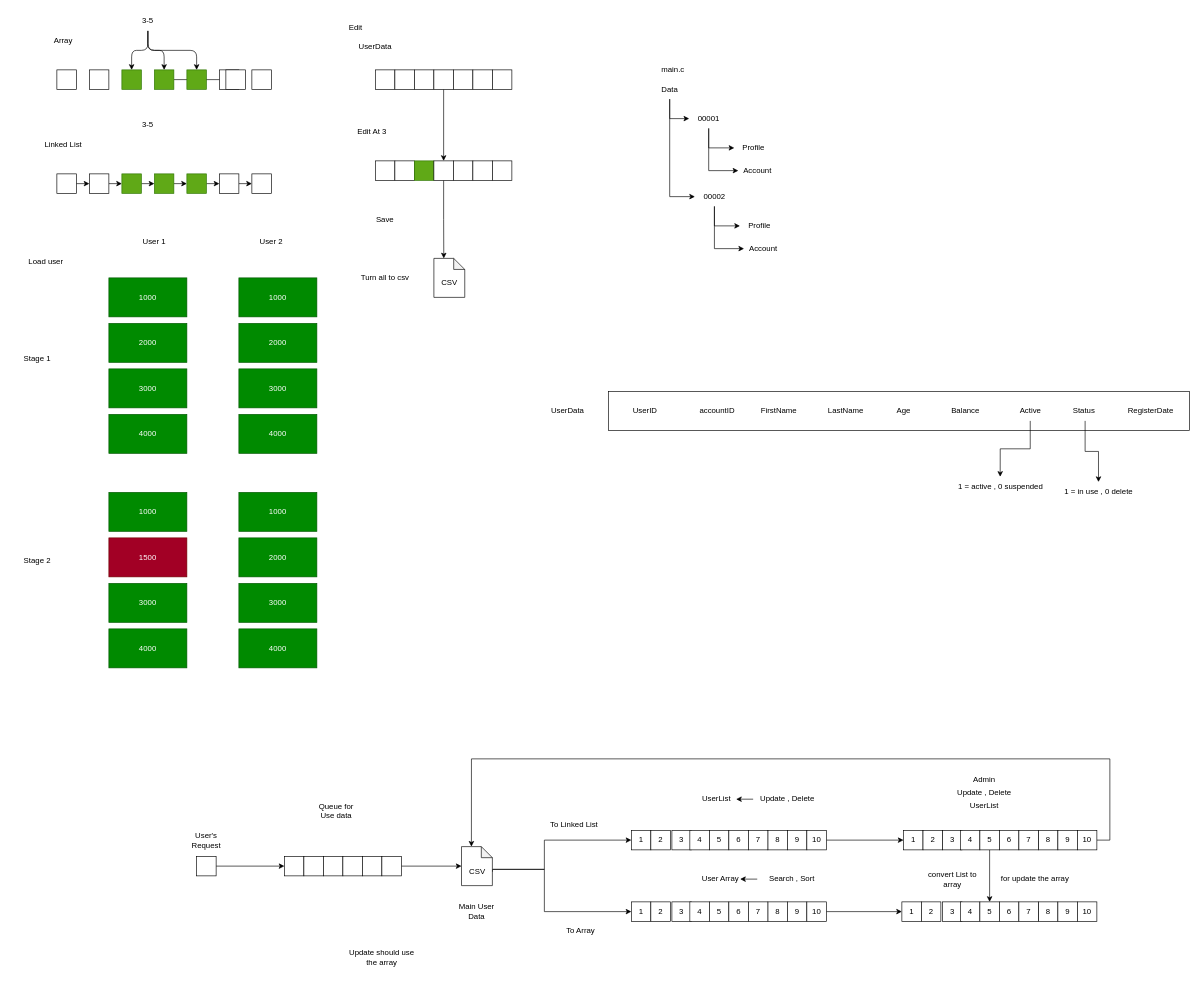
Earlier version of the draw.io diagram idea.drawio (CaptzDevs/terminalATM). Source tidied: cells renumbered, new cells numbered last; positions are measured from the earlier drawing's top-left corner, leaving out a move shared by most shapes. Both pictures are drawn from the tidied source at 65%, with x=0, y=0 at pixel (11, 11).
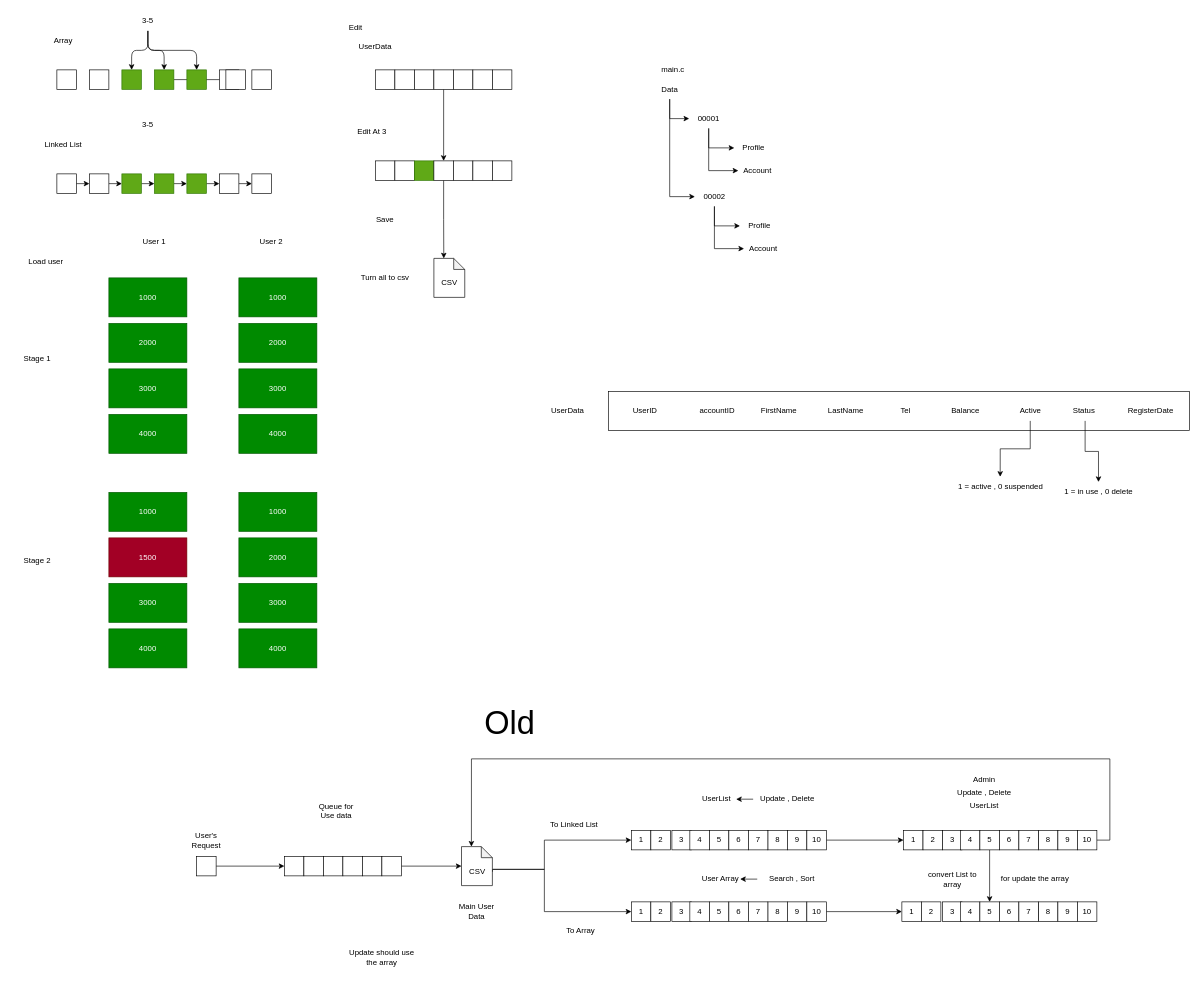
After the change.

Change to the diagram source:
```diff
@@
-    <mxCell id="152" value="Age" style="text;strokeColor=none;align=center;fillColor=none;html=1;verticalAlign=middle;whiteSpace=wrap;rounded=0;" parent="1" vertex="1">
-      <mxGeometry x="1342.5" y="600" width="60" height="30" as="geometry" />
-    </mxCell>
@@
+    <mxCell id="177" value="Tel" style="text;strokeColor=none;align=center;fillColor=none;html=1;verticalAlign=middle;whiteSpace=wrap;rounded=0;" parent="1" vertex="1">
+      <mxGeometry x="1346" y="600" width="60" height="30" as="geometry" />
+    </mxCell>
+    <mxCell id="178" value="&lt;font style=&quot;font-size: 50px;&quot;&gt;Old&lt;/font&gt;" style="text;strokeColor=none;align=center;fillColor=none;html=1;verticalAlign=middle;whiteSpace=wrap;rounded=0;" parent="1" vertex="1">
+      <mxGeometry x="737" y="1080" width="60" height="30" as="geometry" />
+    </mxCell>
```
